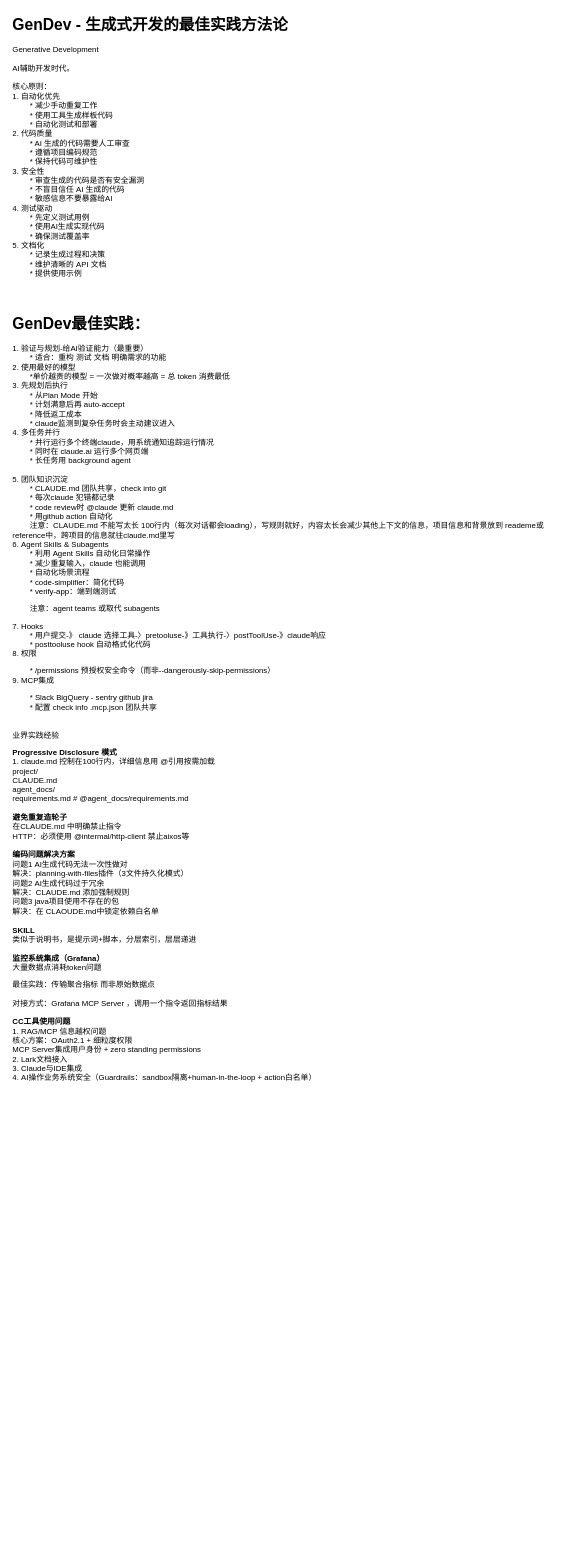
Above: AI开发实践.drawio in it-sos/ai-devops (draw.io), before the change. Source tidied: cells renumbered, new cells numbered last; positions are measured from the earlier drawing's top-left corner, leaving out a move shared by most shapes. Both pictures are drawn from the tidied source at 65%, with x=0, y=0 at pixel (11, 11).
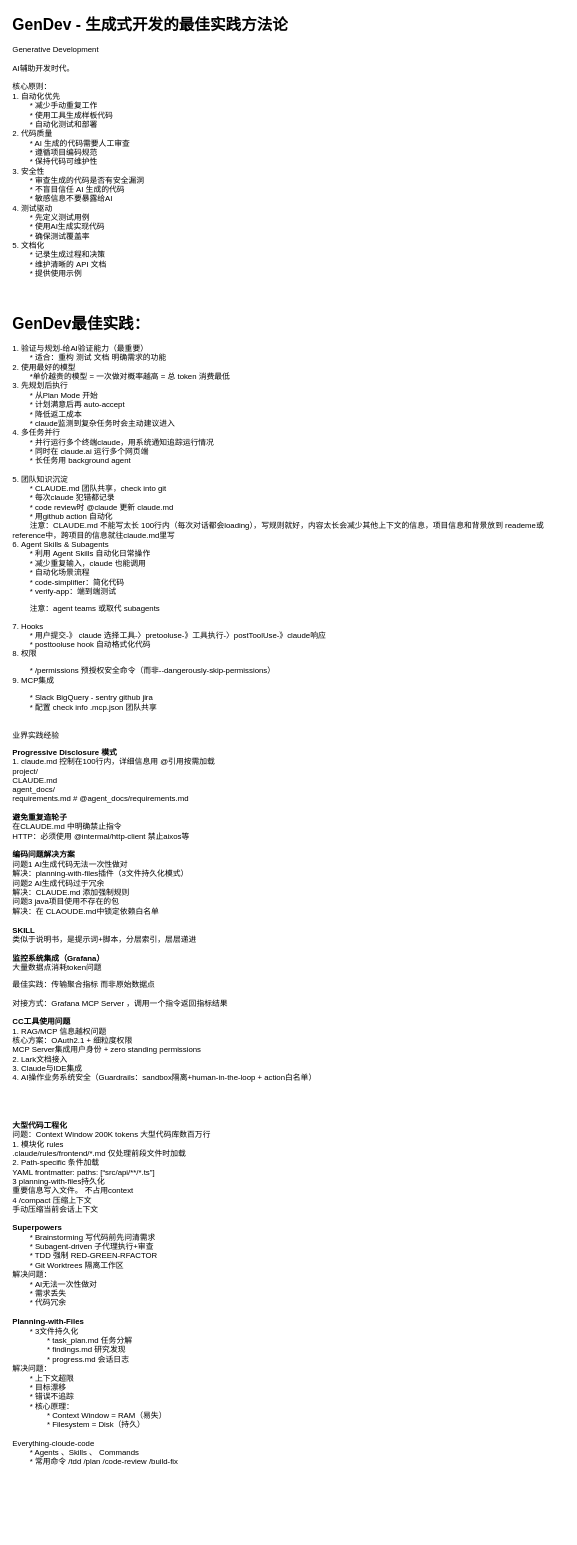
The same page after the edit.

Commit message:
更新AI开发实践.drawio

Change to the diagram source:
```diff
@@
 <mxGraphModel>
   <root>
     <mxCell id="0" />
     <mxCell id="1" parent="0" />
     <mxCell id="2" value="&lt;h1 style=&quot;margin-top: 0px;&quot;&gt;GenDev - 生成式开发的最佳实践方法论&lt;/h1&gt;&lt;div&gt;Generative Development&lt;/div&gt;&lt;div&gt;&lt;br&gt;&lt;/div&gt;&lt;div&gt;AI辅助开发时代。&lt;/div&gt;&lt;div&gt;&lt;br&gt;&lt;/div&gt;&lt;div&gt;核心原则：&lt;/div&gt;&lt;div&gt;1. 自动化优先&lt;/div&gt;&lt;div&gt;&lt;span style=&quot;white-space: pre;&quot;&gt;&#9;&lt;/span&gt;* 减少手动重复工作&lt;br&gt;&lt;/div&gt;&lt;div&gt;&lt;span style=&quot;white-space: pre;&quot;&gt;&#9;&lt;/span&gt;* 使用工具生成样板代码&lt;br&gt;&lt;/div&gt;&lt;div&gt;&lt;span style=&quot;white-space: pre;&quot;&gt;&#9;&lt;/span&gt;* 自动化测试和部署&lt;br&gt;&lt;/div&gt;&lt;div&gt;2. 代码质量&lt;/div&gt;&lt;div&gt;&lt;span style=&quot;white-space: pre;&quot;&gt;&#9;&lt;/span&gt;* AI 生成的代码需要人工审查&lt;br&gt;&lt;/div&gt;&lt;div&gt;&lt;span style=&quot;white-space: pre;&quot;&gt;&#9;&lt;/span&gt;* 遵循项目编码规范&lt;br&gt;&lt;span style=&quot;white-space: pre;&quot;&gt;&#9;&lt;/span&gt;* 保持代码可维护性&lt;br&gt;&lt;/div&gt;&lt;div&gt;3. 安全性&lt;/div&gt;&lt;div&gt;&lt;span style=&quot;white-space: pre;&quot;&gt;&#9;&lt;/span&gt;* 审查生成的代码是否有安全漏洞&lt;br&gt;&lt;span style=&quot;white-space: pre;&quot;&gt;&#9;&lt;/span&gt;* 不盲目信任 AI 生成的代码&lt;br&gt;&lt;span style=&quot;white-space: pre;&quot;&gt;&#9;&lt;/span&gt;* 敏感信息不要暴露给AI&lt;br&gt;&lt;/div&gt;&lt;div&gt;4. 测试驱动&lt;/div&gt;&lt;div&gt;&lt;span style=&quot;white-space: pre;&quot;&gt;&#9;&lt;/span&gt;* 先定义测试用例&lt;br&gt;&lt;/div&gt;&lt;div&gt;&lt;span style=&quot;white-space: pre;&quot;&gt;&#9;&lt;/span&gt;* 使用AI生成实现代码&lt;br&gt;&lt;/div&gt;&lt;div&gt;&lt;span style=&quot;white-space: pre;&quot;&gt;&#9;&lt;/span&gt;* 确保测试覆盖率&lt;br&gt;&lt;/div&gt;&lt;div&gt;5. 文档化&lt;/div&gt;&lt;div&gt;&lt;span style=&quot;white-space: pre;&quot;&gt;&#9;&lt;/span&gt;* 记录生成过程和决策&lt;br&gt;&lt;/div&gt;&lt;div&gt;&lt;span style=&quot;white-space: pre;&quot;&gt;&#9;&lt;/span&gt;* 维护清晰的 API 文档&lt;br&gt;&lt;/div&gt;&lt;div&gt;&lt;span style=&quot;white-space: pre;&quot;&gt;&#9;&lt;/span&gt;* 提供使用示例&lt;br&gt;&lt;/div&gt;" style="text;html=1;whiteSpace=wrap;overflow=hidden;rounded=0;" parent="1" vertex="1">
       <mxGeometry width="520" height="430" as="geometry" />
     </mxCell>
     <mxCell id="3" value="&lt;h1 style=&quot;margin-top: 0px;&quot;&gt;GenDev最佳实践：&lt;/h1&gt;&lt;p&gt;1. 验证与规划-给AI验证能力（最重要）&lt;br&gt;&lt;span style=&quot;white-space: pre;&quot;&gt;&#9;&lt;/span&gt;* 适合：重构 测试 文档 明确需求的功能&lt;br&gt;2. 使用最好的模型&lt;br&gt;&lt;span style=&quot;background-color: transparent; color: light-dark(rgb(0, 0, 0), rgb(255, 255, 255)); white-space: pre;&quot;&gt;&#9;&lt;/span&gt;&lt;span style=&quot;background-color: transparent; color: light-dark(rgb(0, 0, 0), rgb(255, 255, 255));&quot;&gt;*单价越贵的模型 = 一次做对概率越高 = 总 token 消费最低&lt;br&gt;3. 先规划后执行&lt;br&gt;&lt;span style=&quot;white-space: pre;&quot;&gt;&#9;&lt;/span&gt;* 从Plan Mode 开始&lt;br&gt;&lt;span style=&quot;white-space: pre;&quot;&gt;&#9;&lt;/span&gt;* 计划满意后再 auto-accept&lt;br&gt;&lt;span style=&quot;white-space: pre;&quot;&gt;&#9;&lt;/span&gt;* 降低返工成本&lt;br&gt;&lt;span style=&quot;white-space: pre;&quot;&gt;&#9;&lt;/span&gt;* claude监测到复杂任务时会主动建议进入&lt;br&gt;4. 多任务并行&lt;br&gt;&lt;/span&gt;&lt;span style=&quot;background-color: transparent; color: light-dark(rgb(0, 0, 0), rgb(255, 255, 255)); white-space: pre;&quot;&gt;&#9;&lt;/span&gt;&lt;span style=&quot;background-color: transparent; color: light-dark(rgb(0, 0, 0), rgb(255, 255, 255));&quot;&gt;* 并行运行多个终端claude，用系统通知追踪运行情况&lt;br&gt;&lt;span style=&quot;white-space: pre;&quot;&gt;&#9;&lt;/span&gt;* 同时在 claude.ai 运行多个网页端&lt;br&gt;&lt;span style=&quot;white-space: pre;&quot;&gt;&#9;&lt;/span&gt;* 长任务用 background agent&lt;br&gt;&lt;br&gt;5. 团队知识沉淀&lt;br&gt;&lt;span style=&quot;white-space: pre;&quot;&gt;&#9;&lt;/span&gt;* CLAUDE.md 团队共享，check into git&lt;br&gt;&lt;span style=&quot;white-space: pre;&quot;&gt;&#9;&lt;/span&gt;* 每次claude 犯错都记录&lt;br&gt;&lt;span style=&quot;white-space: pre;&quot;&gt;&#9;&lt;/span&gt;* code review时 @claude 更新 claude.md&lt;br&gt;&lt;span style=&quot;white-space: pre;&quot;&gt;&#9;&lt;/span&gt;* 用github action 自动化&lt;br&gt;&lt;span style=&quot;white-space: pre;&quot;&gt;&#9;&lt;/span&gt;注意：CLAUDE.md 不能写太长 100行内（每次对话都会loading），写规则就好，内容太长会减少其他上下文的信息，项目信息和背景放到 reademe或reference中，跨项目的信息就往claude.md里写&lt;br&gt;6. Agent Skills &amp;amp; Subagents&lt;br&gt;&lt;span style=&quot;white-space: pre;&quot;&gt;&#9;&lt;/span&gt;* 利用 Agent Skills 自动化日常操作&lt;br&gt;&lt;span style=&quot;white-space: pre;&quot;&gt;&#9;&lt;/span&gt;* 减少重复输入，claude 也能调用&lt;br&gt;&lt;span style=&quot;white-space: pre;&quot;&gt;&#9;&lt;/span&gt;* 自动化场景流程&lt;br&gt;&lt;span style=&quot;white-space: pre;&quot;&gt;&#9;&lt;/span&gt;* code-simplifier：简化代码&lt;br&gt;&lt;span style=&quot;white-space: pre;&quot;&gt;&#9;&lt;/span&gt;* verify-app：端到端测试&lt;br&gt;&lt;/span&gt;&lt;/p&gt;&lt;p&gt;&lt;span style=&quot;background-color: transparent; color: light-dark(rgb(0, 0, 0), rgb(255, 255, 255));&quot;&gt;&lt;span style=&quot;white-space: pre;&quot;&gt;&#9;&lt;/span&gt;注意：agent teams 或取代 subagents&lt;br&gt;&lt;/span&gt;&lt;/p&gt;&lt;p&gt;7. Hooks&lt;br&gt;&lt;span style=&quot;white-space: pre;&quot;&gt;&#9;&lt;/span&gt;* 用户提交-》 claude 选择工具-〉pretooluse-》工具执行-〉postToolUse-》claude响应&lt;br&gt;&lt;span style=&quot;white-space: pre;&quot;&gt;&#9;&lt;/span&gt;* posttooluse hook 自动格式化代码&lt;br&gt;8. 权限&lt;/p&gt;&lt;p&gt;&lt;span style=&quot;white-space: pre;&quot;&gt;&#9;&lt;/span&gt;* /permissions 预授权安全命令（而非--dangerously-skip-permissions）&lt;br&gt;9. MCP集成&lt;/p&gt;&lt;p&gt;&lt;span style=&quot;white-space: pre;&quot;&gt;&#9;&lt;/span&gt;* Slack BigQuery - sentry github jira&lt;br&gt;&lt;span style=&quot;white-space: pre;&quot;&gt;&#9;&lt;/span&gt;* 配置 check info .mcp.json 团队共享&lt;br&gt;&lt;br&gt;&lt;br&gt;业界实践经验&lt;/p&gt;&lt;p&gt;&lt;b&gt;Progressive Disclosure 模式&lt;/b&gt;&lt;br&gt;1. claude.md 控制在100行内，详细信息用 @引用按需加载&lt;br&gt;project/&lt;br&gt;CLAUDE.md&lt;br&gt;agent_docs/&lt;br&gt;requirements.md # @agent_docs/requirements.md&lt;br&gt;&lt;br&gt;&lt;b&gt;避免重复造轮子&lt;br&gt;&lt;/b&gt;在CLAUDE.md 中明确禁止指令&lt;br&gt;HTTP：必须使用 @intermal/http-client 禁止aixos等&lt;br&gt;&lt;br&gt;&lt;b&gt;编码问题解决方案&lt;br&gt;&lt;/b&gt;问题1 AI生成代码无法一次性做对&lt;br&gt;解决：planning-with-files插件（3文件持久化模式）&lt;br&gt;问题2 AI生成代码过于冗余&lt;br&gt;解决：CLAUDE.md 添加强制规则&lt;br&gt;问题3 java项目使用不存在的包&lt;br&gt;解决：在 CLAOUDE.md中锁定依赖白名单&lt;br&gt;&lt;br&gt;&lt;b&gt;SKILL&lt;/b&gt;&lt;br&gt;类似于说明书，是提示词+脚本，分层索引，层层递进&lt;br&gt;&lt;br&gt;&lt;b&gt;监控系统集成（Grafana）&lt;br&gt;&lt;/b&gt;大量数据点消耗token问题&lt;/p&gt;&lt;p&gt;最佳实践：传输聚合指标 而非原始数据点&lt;br&gt;&lt;br&gt;对接方式：Grafana MCP Server ，调用一个指令返回指标结果&lt;br&gt;&lt;br&gt;&lt;b&gt;CC工具使用问题&lt;br&gt;&lt;/b&gt;1. RAG/MCP 信息越权问题&lt;br&gt;核心方案：OAuth2.1 + 细粒度权限&lt;br&gt;MCP Server集成用户身份 + zero standing permissions&lt;br&gt;2. Lark文档接入&lt;br&gt;3. Claude与IDE集成&lt;br&gt;4. AI操作业务系统安全（Guardrails：sandbox隔离+human-in-the-loop + action白名单）&lt;br&gt;&lt;br&gt;&lt;br&gt;&lt;/p&gt;" style="text;html=1;whiteSpace=wrap;overflow=hidden;rounded=0;" parent="1" vertex="1">
-      <mxGeometry y="460" width="853.3" height="1280" as="geometry" />
+      <mxGeometry y="460" width="853.3" height="1230" as="geometry" />
     </mxCell>
+    <mxCell id="4" value="&lt;b&gt;大型代码工程化&lt;/b&gt;&lt;div&gt;问题：Context Window 200K tokens 大型代码库数百万行&lt;br&gt;1. 模块化 rules&lt;br&gt;.claude/rules/frontend/*.md 仅处理前段文件时加载&lt;br&gt;2. Path-specific 条件加载&lt;br&gt;YAML frontmatter: paths: [“src/api/**/*.ts&quot;]&lt;br&gt;3 planning-with-files持久化&lt;br&gt;重要信息写入文件。 不占用context&lt;br&gt;4 /compact 压缩上下文&lt;br&gt;手动压缩当前会话上下文&lt;br&gt;&lt;br&gt;&lt;b&gt;Superpowers&lt;/b&gt;&lt;/div&gt;&lt;div&gt;&lt;span style=&quot;white-space: pre;&quot;&gt;&#9;&lt;/span&gt;* Brainstorming 写代码前先问清需求&lt;/div&gt;&lt;div&gt;&lt;span style=&quot;white-space: pre;&quot;&gt;&#9;&lt;/span&gt;* Subagent-driven 子代理执行+审查&lt;br&gt;&lt;/div&gt;&lt;div&gt;&lt;span style=&quot;white-space: pre;&quot;&gt;&#9;&lt;/span&gt;* TDD 强制 RED-GREEN-RFACTOR&lt;br&gt;&lt;/div&gt;&lt;div&gt;&lt;span style=&quot;white-space: pre;&quot;&gt;&#9;&lt;/span&gt;* Git Worktrees 隔离工作区&lt;br&gt;解决问题：&lt;br&gt;&lt;span style=&quot;white-space: pre;&quot;&gt;&#9;&lt;/span&gt;* AI无法一次性做对&lt;/div&gt;&lt;div&gt;&lt;span style=&quot;white-space: pre;&quot;&gt;&#9;&lt;/span&gt;* 需求丢失&lt;br&gt;&lt;/div&gt;&lt;div&gt;&lt;span style=&quot;white-space: pre;&quot;&gt;&#9;&lt;/span&gt;* 代码冗余&lt;br&gt;&lt;/div&gt;&lt;div&gt;&lt;br&gt;&lt;/div&gt;&lt;div&gt;&lt;b&gt;Planning-with-Files&lt;br&gt;&lt;/b&gt;&lt;span style=&quot;white-space: pre;&quot;&gt;&#9;&lt;/span&gt;* 3文件持久化&lt;/div&gt;&lt;div&gt;&lt;span style=&quot;white-space: pre;&quot;&gt;&#9;&lt;/span&gt;&lt;span style=&quot;white-space: pre;&quot;&gt;&#9;&lt;/span&gt;* task_plan.md 任务分解&lt;/div&gt;&lt;div&gt;&lt;span style=&quot;white-space: pre;&quot;&gt;&#9;&lt;/span&gt;&lt;span style=&quot;white-space: pre;&quot;&gt;&#9;&lt;/span&gt;* findings.md 研究发现&lt;/div&gt;&lt;div&gt;&lt;span style=&quot;white-space: pre;&quot;&gt;&#9;&lt;/span&gt;&lt;span style=&quot;white-space: pre;&quot;&gt;&#9;&lt;/span&gt;* progress.md 会话日志&lt;br&gt;解决问题：&lt;/div&gt;&lt;div&gt;&lt;span style=&quot;white-space: pre;&quot;&gt;&#9;&lt;/span&gt;* 上下文超限&lt;/div&gt;&lt;div&gt;&lt;span style=&quot;white-space: pre;&quot;&gt;&#9;&lt;/span&gt;* 目标漂移&lt;/div&gt;&lt;div&gt;&lt;span style=&quot;white-space: pre;&quot;&gt;&#9;&lt;/span&gt;* 错误不追踪&lt;/div&gt;&lt;div&gt;&lt;span style=&quot;white-space: pre;&quot;&gt;&#9;&lt;/span&gt;* 核心原理：&lt;/div&gt;&lt;div&gt;&lt;span style=&quot;white-space: pre;&quot;&gt;&#9;&lt;/span&gt;&lt;span style=&quot;white-space: pre;&quot;&gt;&#9;&lt;/span&gt;* Context Window = RAM（易失）&lt;br&gt;&lt;span style=&quot;white-space: pre;&quot;&gt;&#9;&lt;/span&gt;&lt;span style=&quot;white-space: pre;&quot;&gt;&#9;&lt;/span&gt;* Filesystem = Disk（持久）&lt;br&gt;&lt;br&gt;Everything-cloude-code&lt;/div&gt;&lt;div&gt;&lt;span style=&quot;white-space: pre;&quot;&gt;&#9;&lt;/span&gt;* Agents 、Skills 、 Commands&lt;br&gt;&lt;/div&gt;&lt;div&gt;&lt;span style=&quot;white-space: pre;&quot;&gt;&#9;&lt;/span&gt;* 常用命令 /tdd /plan /code-review /build-fix&lt;br&gt;&lt;br&gt;&lt;/div&gt;&lt;div&gt;&lt;br&gt;&lt;/div&gt;" style="text;html=1;whiteSpace=wrap;overflow=hidden;rounded=0;" parent="1" vertex="1">
+      <mxGeometry y="1700" width="380" height="640" as="geometry" />
+    </mxCell>
   </root>
 </mxGraphModel>
```
